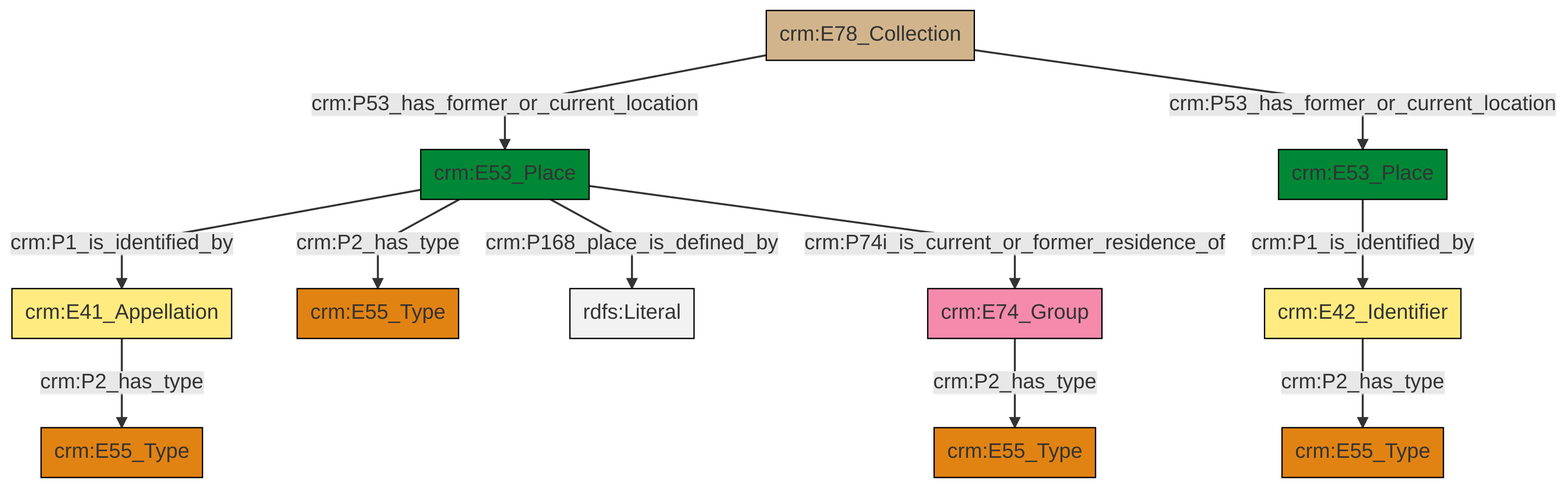
swiss-art-research-net/docs.swissartresearch keeps this Mermaid diagram as et/archivalCSV/ttl/mmd/png/archival_location.png. Above is the earlier version. Its source is kept beside it as et/archivalCSV/ttl/mmd/archival_location.ttl.mmd.
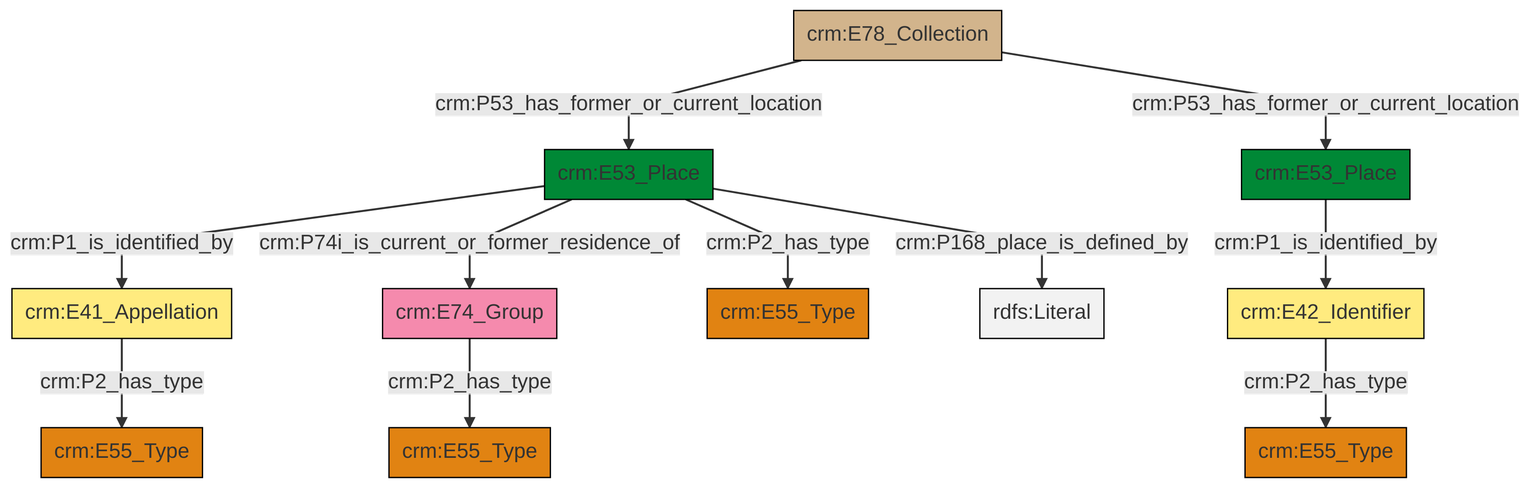
Later version of the same file.

Change to the diagram source:
```diff
@@ -13,13 +13,13 @@
 classDef PC_Classes fill:#4ce600, stroke:#000000;
 classDef Multi fill:#cccccc,stroke:#000000;
 
-6["crm:E42_Identifier"]:::Appellation -->|crm:P2_has_type| 7["crm:E55_Type"]:::Type
-2["crm:E53_Place"]:::Place -->|crm:P1_is_identified_by| 8["crm:E41_Appellation"]:::Appellation
-2["crm:E53_Place"]:::Place -->|crm:P2_has_type| 9["crm:E55_Type"]:::Type
-10["crm:E78_Collection"]:::Physical_Thing -->|crm:P53_has_former_or_current_location| 2["crm:E53_Place"]:::Place
-10["crm:E78_Collection"]:::Physical_Thing -->|crm:P53_has_former_or_current_location| 0["crm:E53_Place"]:::Place
-2["crm:E53_Place"]:::Place -->|crm:P168_place_is_defined_by| 19[rdfs:Literal]:::Literal
-2["crm:E53_Place"]:::Place -->|crm:P74i_is_current_or_former_residence_of| 16["crm:E74_Group"]:::Actor
-0["crm:E53_Place"]:::Place -->|crm:P1_is_identified_by| 6["crm:E42_Identifier"]:::Appellation
-8["crm:E41_Appellation"]:::Appellation -->|crm:P2_has_type| 4["crm:E55_Type"]:::Type
-16["crm:E74_Group"]:::Actor -->|crm:P2_has_type| 14["crm:E55_Type"]:::Type
+0["crm:E42_Identifier"]:::Appellation -->|crm:P2_has_type| 1["crm:E55_Type"]:::Type
+3["crm:E53_Place"]:::Place -->|crm:P1_is_identified_by| 4["crm:E41_Appellation"]:::Appellation
+5["crm:E78_Collection"]:::Physical_Thing -->|crm:P53_has_former_or_current_location| 3["crm:E53_Place"]:::Place
+3["crm:E53_Place"]:::Place -->|crm:P74i_is_current_or_former_residence_of| 8["crm:E74_Group"]:::Actor
+11["crm:E53_Place"]:::Place -->|crm:P1_is_identified_by| 0["crm:E42_Identifier"]:::Appellation
+5["crm:E78_Collection"]:::Physical_Thing -->|crm:P53_has_former_or_current_location| 11["crm:E53_Place"]:::Place
+8["crm:E74_Group"]:::Actor -->|crm:P2_has_type| 17["crm:E55_Type"]:::Type
+4["crm:E41_Appellation"]:::Appellation -->|crm:P2_has_type| 15["crm:E55_Type"]:::Type
+3["crm:E53_Place"]:::Place -->|crm:P2_has_type| 6["crm:E55_Type"]:::Type
+3["crm:E53_Place"]:::Place -->|crm:P168_place_is_defined_by| 24[rdfs:Literal]:::Literal
```
